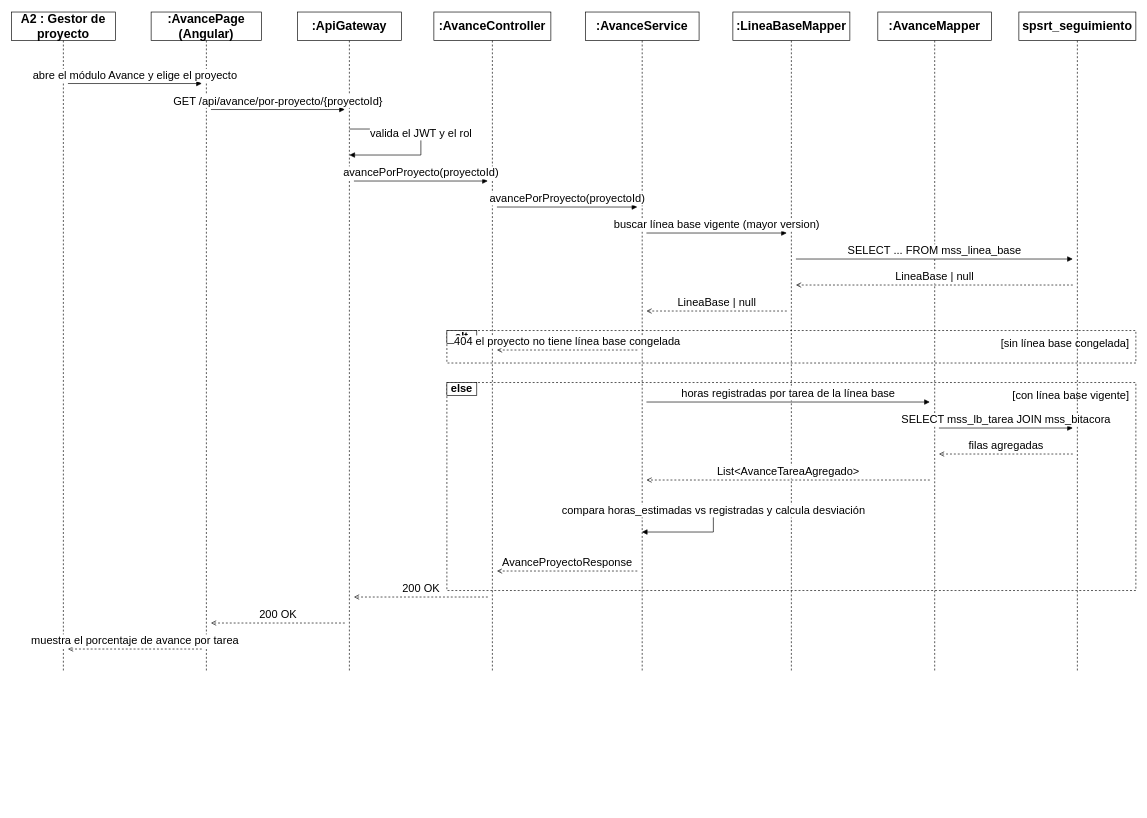
Before: Docs/Diagramas/Secuencia/06_Secuencia_CU-07_Consultar_avance.drawio in tfm-missi-2026/orquestacion, a draw.io diagram. Source tidied: cells renumbered, new cells numbered last; positions are measured from the earlier drawing's top-left corner, leaving out a move shared by most shapes. Both pictures are drawn from the tidied source at 65%, with x=0, y=0 at pixel (11, 12).
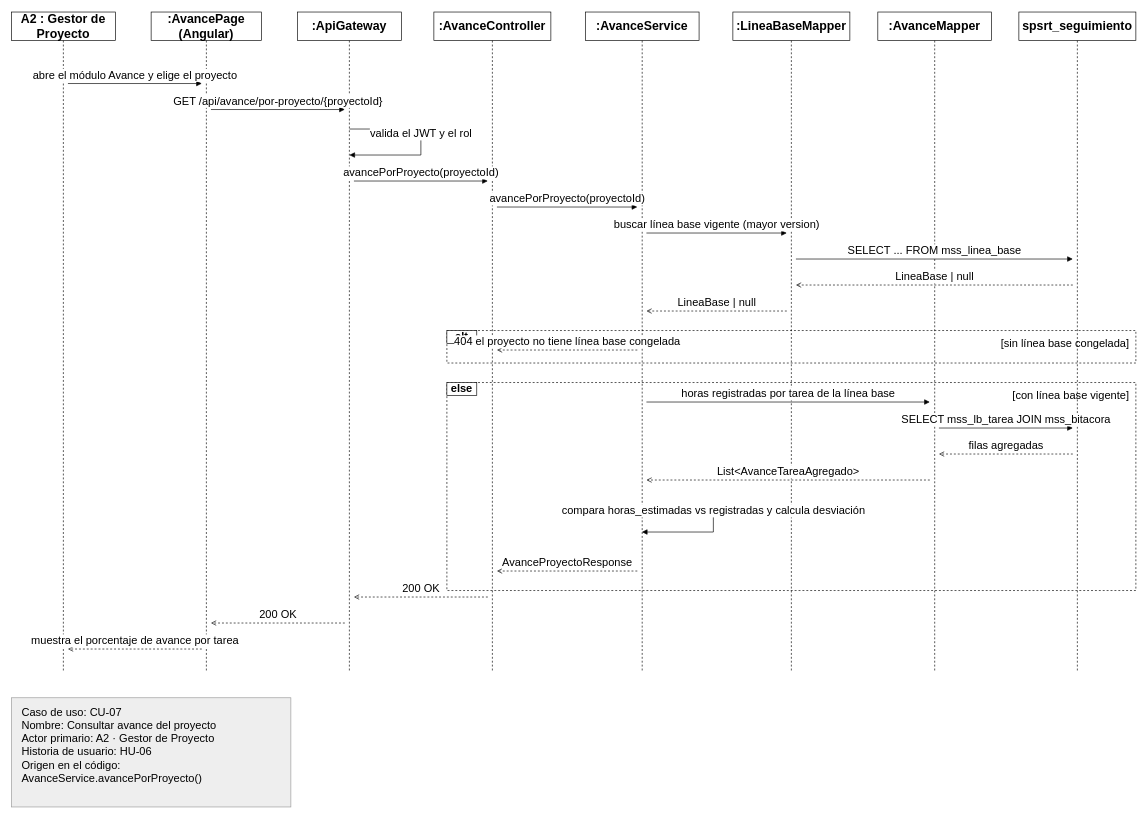
The same page after the edit.

Diff of the diagram source:
```diff
@@
-    <mxCell id="2" value="A2 : Gestor de proyecto" style="shape=umlLifeline;perimeter=lifelinePerimeter;whiteSpace=wrap;html=1;size=44;fillColor=#FFFFFF;strokeColor=#000000;fontFamily=Helvetica;fontSize=19;fontColor=#000000;fontStyle=1;" parent="1" vertex="1">
+    <mxCell id="2" value="A2 : Gestor de Proyecto" style="shape=umlLifeline;perimeter=lifelinePerimeter;whiteSpace=wrap;html=1;size=44;fillColor=#FFFFFF;strokeColor=#000000;fontFamily=Helvetica;fontSize=19;fontColor=#000000;fontStyle=1;" parent="1" vertex="1">
       <mxGeometry width="160" height="1015" as="geometry" />
     </mxCell>
@@
+    <mxCell id="33" value="Caso de uso: CU-07&lt;br&gt;Nombre: Consultar avance del proyecto&lt;br&gt;Actor primario: A2 · Gestor de Proyecto&lt;br&gt;Historia de usuario: HU-06&lt;br&gt;Origen en el código:&lt;br&gt;AvanceService.avancePorProyecto()" style="rounded=0;whiteSpace=wrap;html=1;fillColor=#EEEEEE;strokeColor=#999999;strokeWidth=1;fontColor=#000000;fontSize=17;align=left;verticalAlign=top;spacingLeft=14;spacingTop=6;shadow=0;" parent="1" vertex="1">
+      <mxGeometry y="1055" width="430" height="168" as="geometry" />
+    </mxCell>
```
